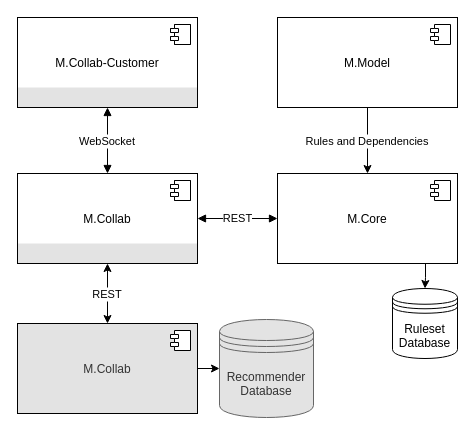
Earlier version of the draw.io diagram Additional_Notes/draw.io/MerlinCollabRecommender.drawio (13hannes11/bachelor_thesis). Source tidied: cells renumbered, new cells numbered last; positions are measured from the earlier drawing's top-left corner, leaving out a move shared by most shapes. Both pictures are drawn from the tidied source at 100%, with x=0, y=0 at pixel (17, 17).
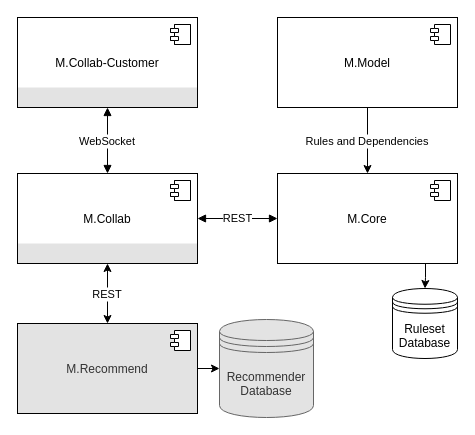
The same diagram, later.

Commit message (it also covers changes not shown here):
fix component diagrams

Diff of the diagram source:
```diff
@@
-    <mxCell id="19" value="M.Collab" style="comic=0;shadow=0;rounded=0;glass=0;fillColor=#E3E3E3;strokeColor=#000000;fontColor=#333333;noLabel=0;" parent="1" vertex="1">
+    <mxCell id="19" value="M.Recommend" style="comic=0;shadow=0;rounded=0;glass=0;fillColor=#E3E3E3;strokeColor=#000000;fontColor=#333333;noLabel=0;" parent="1" vertex="1">
       <mxGeometry y="306" width="180" height="90" as="geometry" />
     </mxCell>
```
